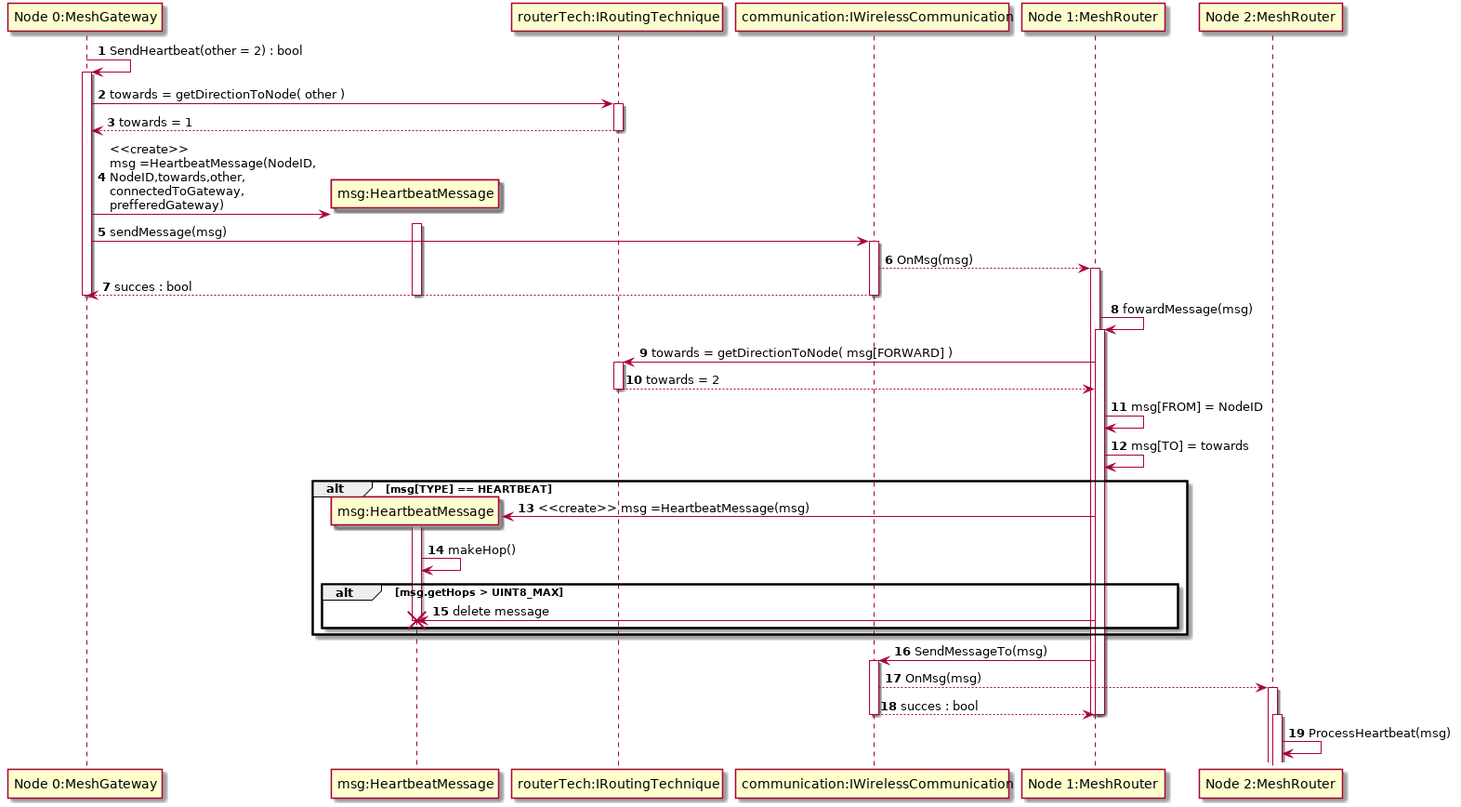
The PlantUML diagram Docs/DesignDocumenten/UML/out/Communication/Sequence/ForwardHeartbeat/ForwardHeartbeat.png in mauriceberentsen/Automated-Drone-Distribution-Network, before a commit.
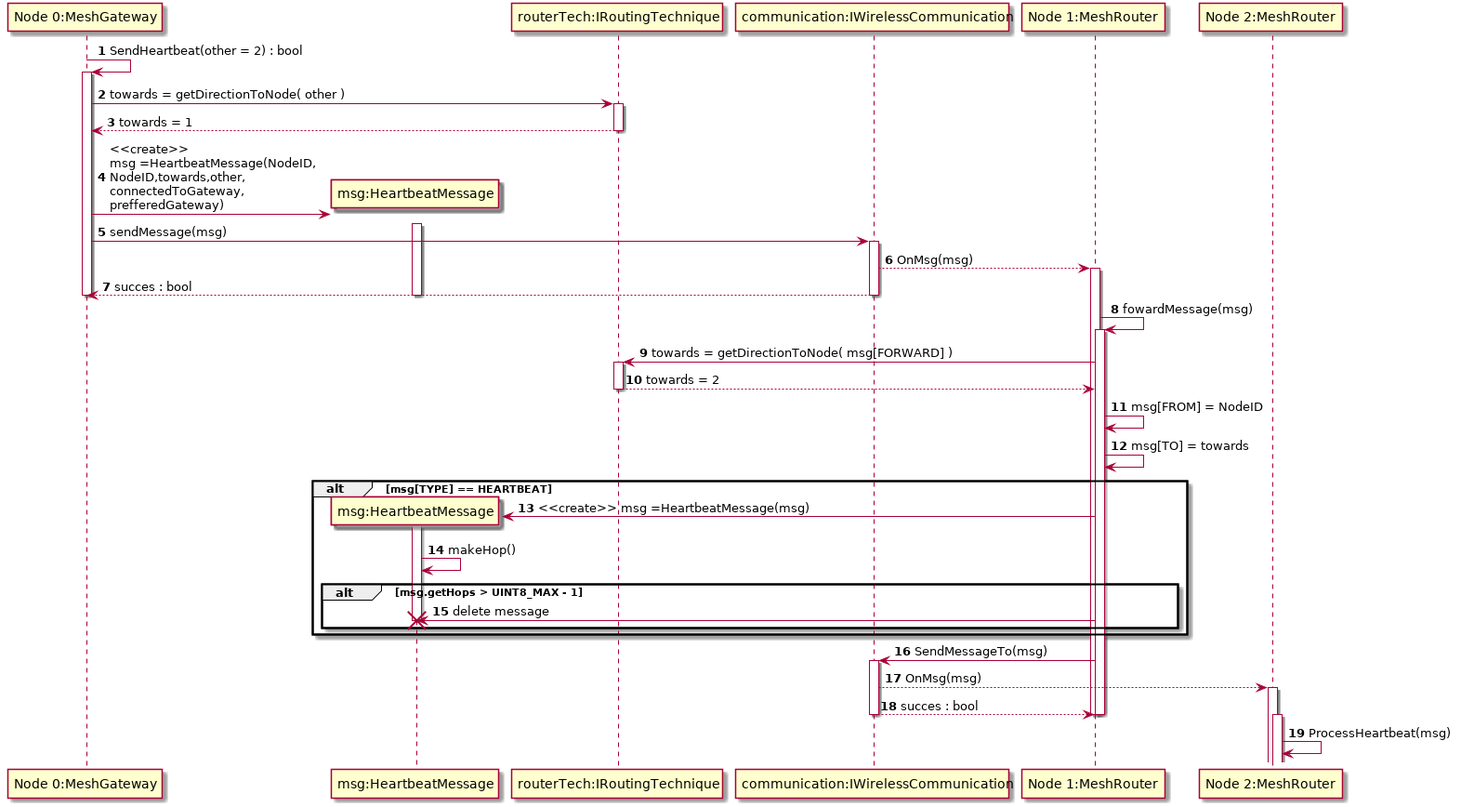
Later version of the same file.

Change to the diagram source:
```diff
@@ -27,7 +27,7 @@
 1->msg ** : <<create>> msg =HeartbeatMessage(msg)
 activate msg
 msg -> msg : makeHop()
-alt msg.getHops > UINT8_MAX
+alt msg.getHops > UINT8_MAX - 1
 1 -> msg !! : delete message
 end
 end
```
